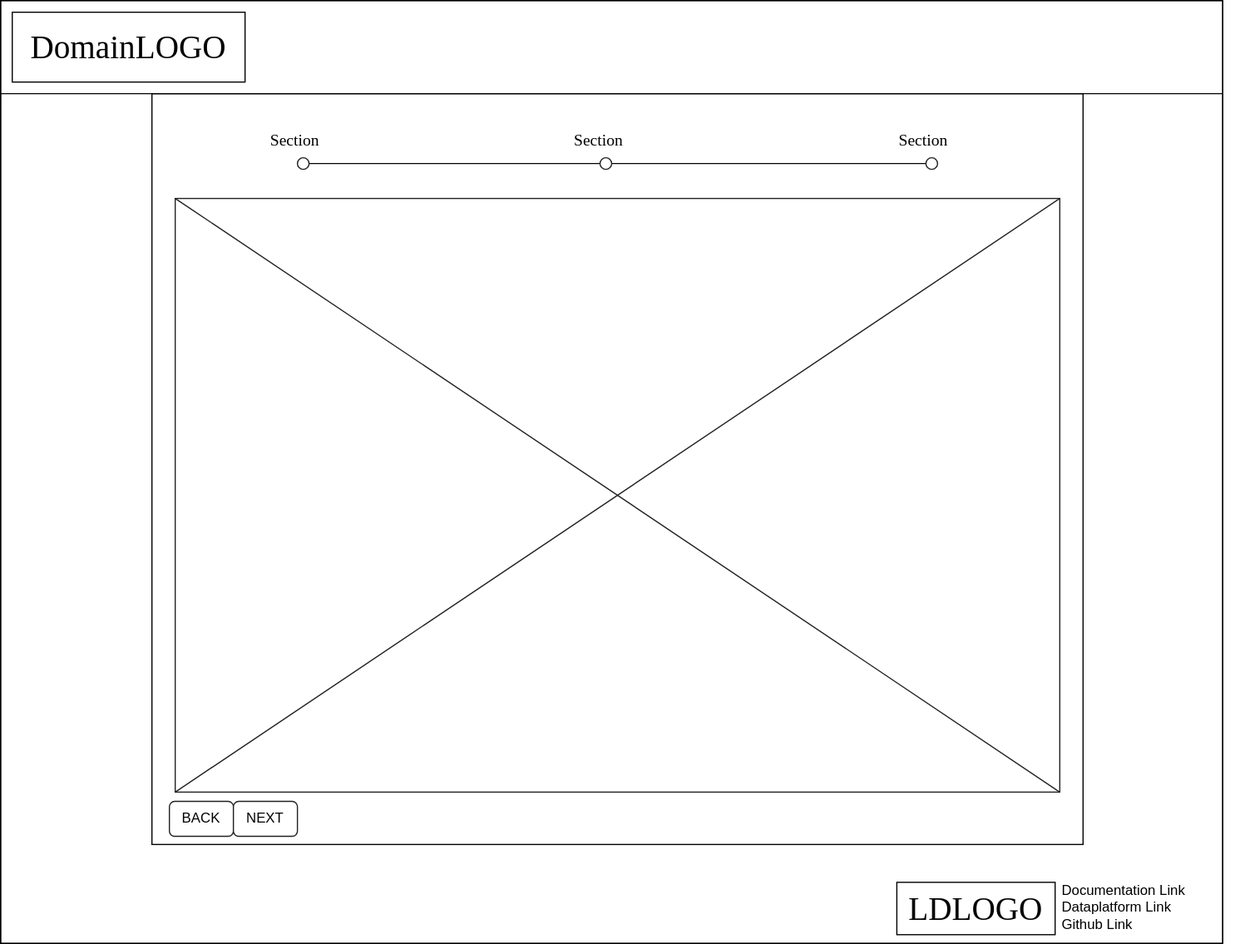
The draw.io diagram docs/img/GeneralUserInterface.svg in pldn/LDWizard-old, before a commit. Source tidied: cells renumbered, new cells last; positions are measured from the earlier drawing's top-left corner, leaving out a move shared by most shapes.
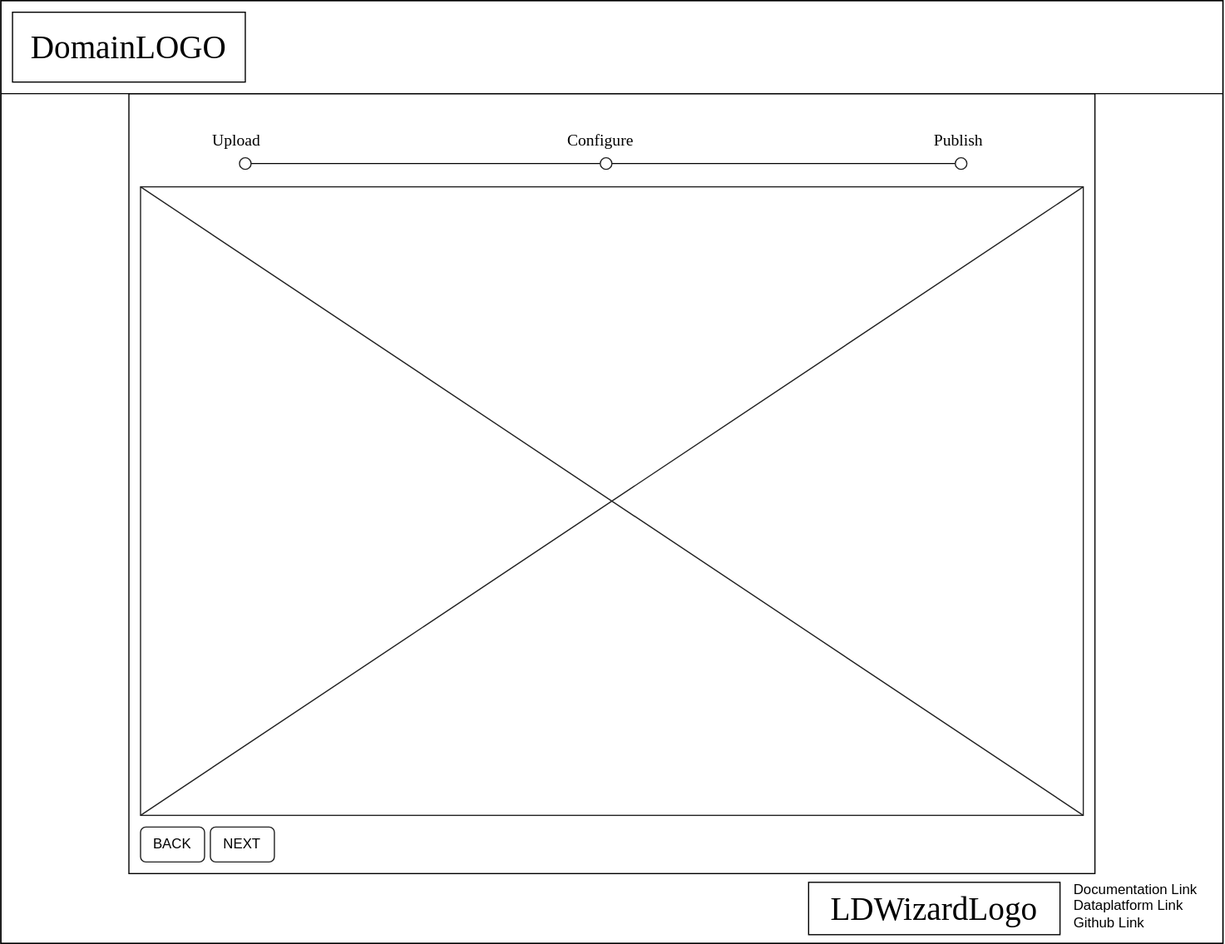
The same file after the commit.

Commit message:
DOC: Updates to the design document.

The edit, as a diff of the source:
```diff
@@ -25,9 +25,6 @@
         <mxPoint x="804" y="71.6" as="targetPoint" />
       </mxGeometry>
     </mxCell>
-    <mxCell id="9" style="ellipse;whiteSpace=wrap;html=1;comic=0;strokeColor=#212121;" parent="2" vertex="1">
-      <mxGeometry x="798" y="65.3" width="11.8" height="11.8" as="geometry" />
-    </mxCell>
     <mxCell id="10" style="ellipse;whiteSpace=wrap;html=1;comic=0;strokeColor=#212121;" parent="2" vertex="1">
       <mxGeometry x="462" y="65.3" width="11.8" height="11.8" as="geometry" />
     </mxCell>
@@ -58,19 +55,19 @@
       <mxGeometry x="10" y="10" width="200" height="60" as="geometry" />
     </mxCell>
     <mxCell id="19" style="whiteSpace=wrap;html=1;rounded=0;shadow=0;labelBackgroundColor=none;strokeWidth=1;fillColor=none;fontFamily=Verdana;fontSize=12;align=center;comic=0;" parent="1" vertex="1">
-      <mxGeometry x="130" y="80" width="800" height="645" as="geometry" />
+      <mxGeometry x="110" y="80" width="830" height="670" as="geometry" />
     </mxCell>
-    <mxCell id="20" value="Section" style="text;html=1;align=left;verticalAlign=top;spacingTop=-4;fontSize=14;fontFamily=Verdana;" parent="1" vertex="1">
-      <mxGeometry x="230" y="110" width="60" height="20" as="geometry" />
+    <mxCell id="20" value="Upload" style="text;html=1;align=left;verticalAlign=top;spacingTop=-4;fontSize=14;fontFamily=Verdana;" parent="1" vertex="1">
+      <mxGeometry x="180" y="110" width="60" height="20" as="geometry" />
     </mxCell>
-    <mxCell id="21" value="Section" style="text;html=1;align=left;verticalAlign=top;spacingTop=-4;fontSize=14;fontFamily=Verdana;" parent="1" vertex="1">
-      <mxGeometry x="491" y="110" width="60" height="20" as="geometry" />
+    <mxCell id="21" value="Configure" style="text;html=1;align=left;verticalAlign=top;spacingTop=-4;fontSize=14;fontFamily=Verdana;" parent="1" vertex="1">
+      <mxGeometry x="485" y="110" width="70" height="20" as="geometry" />
     </mxCell>
-    <mxCell id="22" value="&lt;div&gt;Section&lt;/div&gt;" style="text;html=1;align=left;verticalAlign=top;spacingTop=-4;fontSize=14;fontFamily=Verdana;" parent="1" vertex="1">
-      <mxGeometry x="770" y="110" width="60" height="20" as="geometry" />
+    <mxCell id="22" value="&lt;div&gt;Publish&lt;/div&gt;" style="text;html=1;align=left;verticalAlign=top;spacingTop=-4;fontSize=14;fontFamily=Verdana;" parent="1" vertex="1">
+      <mxGeometry x="800" y="110" width="50" height="20" as="geometry" />
     </mxCell>
     <mxCell id="23" style="verticalLabelPosition=bottom;shadow=0;dashed=0;align=center;html=1;verticalAlign=top;strokeWidth=1;shape=mxgraph.mockup.graphics.simpleIcon;strokeColor=#212121;rounded=0;labelBackgroundColor=none;fontFamily=Verdana;fontSize=14;fontColor=#000000;" parent="1" vertex="1">
-      <mxGeometry x="150" y="170" width="760" height="510" as="geometry" />
+      <mxGeometry x="120" y="160" width="810" height="540" as="geometry" />
     </mxCell>
     <mxCell id="24" style="endArrow=none;html=1;" parent="1" edge="1">
       <mxGeometry relative="1" as="geometry">
@@ -78,36 +75,34 @@
         <mxPoint x="1050" y="80" as="targetPoint" />
       </mxGeometry>
     </mxCell>
-    <mxCell id="25" style="endArrow=none;html=1;" parent="1" edge="1" source="28">
-      <mxGeometry relative="1" as="geometry">
-        <mxPoint x="800" y="140" as="targetPoint" />
-      </mxGeometry>
+    <mxCell id="25" style="endArrow=none;html=1;entryX=0;entryY=0.5;entryDx=0;entryDy=0;" parent="1" edge="1" source="28" target="26">
+      <mxGeometry relative="1" as="geometry" />
     </mxCell>
     <mxCell id="26" style="ellipse;whiteSpace=wrap;html=1;comic=0;strokeColor=#212121;" parent="1" vertex="1">
-      <mxGeometry x="795" y="135" width="10" height="10" as="geometry" />
+      <mxGeometry x="820" y="135" width="10" height="10" as="geometry" />
     </mxCell>
     <mxCell id="27" style="ellipse;whiteSpace=wrap;html=1;comic=0;strokeColor=#212121;" parent="1" vertex="1">
       <mxGeometry x="515" y="135" width="10" height="10" as="geometry" />
     </mxCell>
     <mxCell id="28" style="ellipse;whiteSpace=wrap;html=1;comic=0;strokeColor=#212121;" parent="1" vertex="1">
-      <mxGeometry x="255" y="135" width="10" height="10" as="geometry" />
+      <mxGeometry x="205" y="135" width="10" height="10" as="geometry" />
     </mxCell>
     <mxCell id="29" style="endArrow=none;html=1;" parent="1" edge="1" target="28">
       <mxGeometry relative="1" as="geometry">
-        <mxPoint x="260" y="140" as="sourcePoint" />
+        <mxPoint x="210" y="140" as="sourcePoint" />
       </mxGeometry>
     </mxCell>
     <mxCell id="30" value="Documentation Link&lt;div&gt;Dataplatform Link&lt;/div&gt;&lt;div&gt;Github Link&lt;br&gt;&lt;/div&gt;" style="text;html=1;strokeColor=none;fillColor=none;align=left;verticalAlign=middle;whiteSpace=wrap;rounded=0;comic=0;" parent="1" vertex="1">
-      <mxGeometry x="910" y="753.5" width="150" height="50" as="geometry" />
+      <mxGeometry x="920" y="752.5" width="120" height="50" as="geometry" />
     </mxCell>
-    <mxCell id="31" value="LDLOGO" style="whiteSpace=wrap;html=1;rounded=0;shadow=0;labelBackgroundColor=none;strokeWidth=1;fontFamily=Verdana;fontSize=28;align=center;comic=0;" parent="1" vertex="1">
-      <mxGeometry x="770" y="757.5" width="136" height="45" as="geometry" />
+    <mxCell id="31" value="LDWizardLogo" style="whiteSpace=wrap;html=1;rounded=0;shadow=0;labelBackgroundColor=none;strokeWidth=1;fontFamily=Verdana;fontSize=28;align=center;comic=0;" parent="1" vertex="1">
+      <mxGeometry x="694" y="757.5" width="216" height="45" as="geometry" />
     </mxCell>
     <mxCell id="32" value="&lt;font style=&quot;font-size: 12px&quot;&gt;BACK&lt;/font&gt;" style="rounded=1;whiteSpace=wrap;html=1;comic=0;strokeColor=#212121;" parent="1" vertex="1">
-      <mxGeometry x="145" y="688" width="55" height="30" as="geometry" />
+      <mxGeometry x="120" y="710" width="55" height="30" as="geometry" />
     </mxCell>
     <mxCell id="33" value="&lt;font style=&quot;font-size: 12px&quot;&gt;&lt;span&gt;NEXT&lt;br&gt;&lt;/span&gt;&lt;/font&gt;" style="rounded=1;whiteSpace=wrap;html=1;comic=0;strokeColor=#212121;" parent="1" vertex="1">
-      <mxGeometry x="200" y="688" width="55" height="30" as="geometry" />
+      <mxGeometry x="180" y="710" width="55" height="30" as="geometry" />
     </mxCell>
   </root>
 </mxGraphModel>
```
